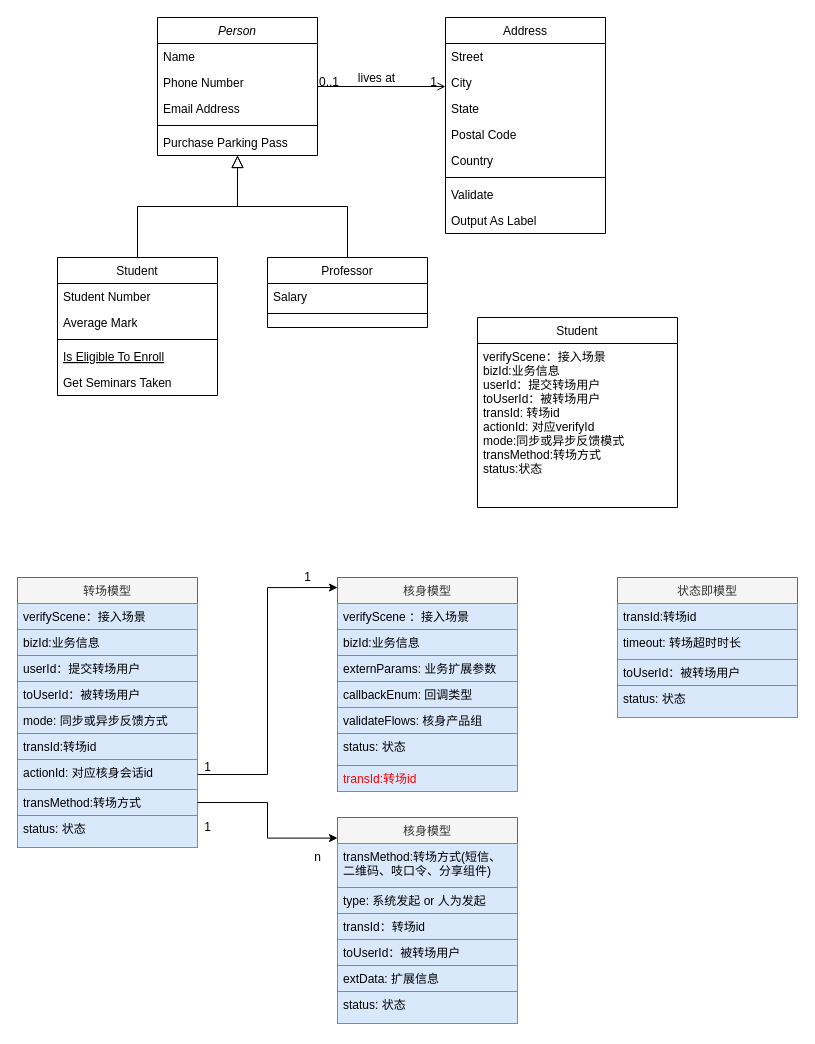
Zhu-Renjie/ChineseNLP keeps this draw.io diagram as img/Untitled Diagram.drawio. Above is the earlier version. Source tidied: cells renumbered, new cells numbered last; positions are measured from the earlier drawing's top-left corner, leaving out a move shared by most shapes. Both pictures are drawn from the tidied source at 100%, with x=0, y=0 at pixel (17, 17).
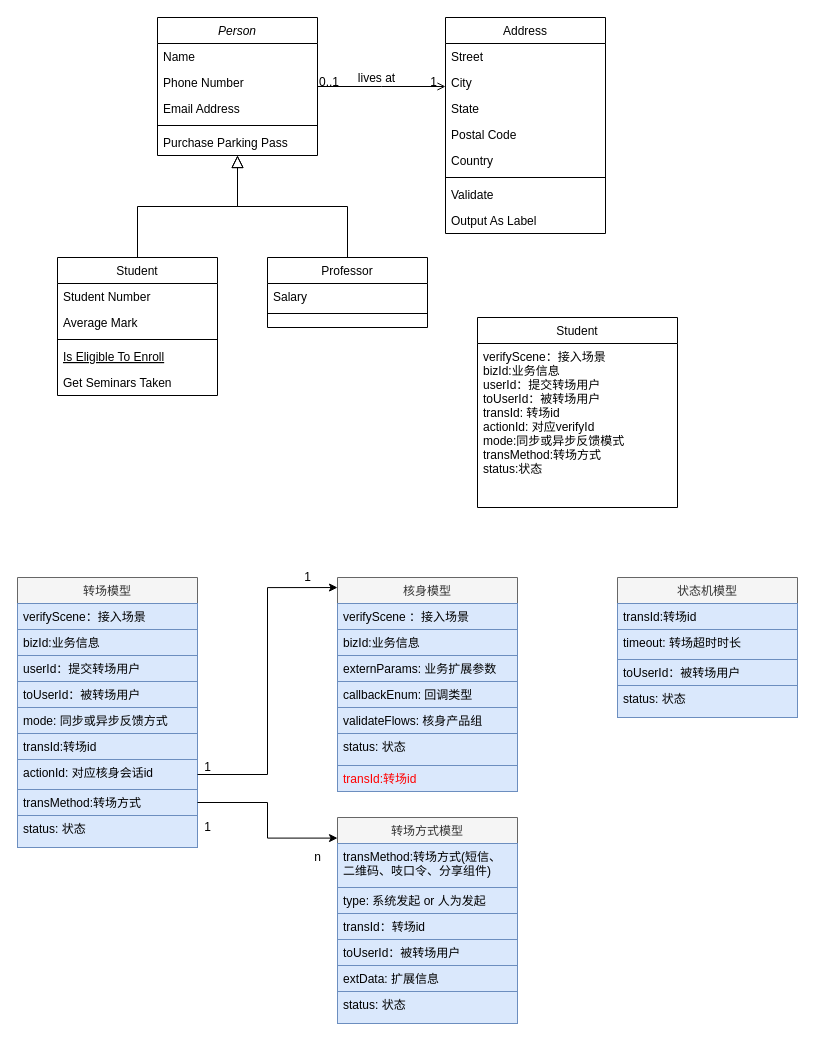
The same diagram, later.

Change to the diagram source:
```diff
@@
-    <mxCell id="52" value="核身模型" style="swimlane;fontStyle=0;align=center;verticalAlign=top;horizontal=1;startSize=26;rounded=0;shadow=0;strokeWidth=1;fillColor=#f5f5f5;strokeColor=#666666;fontColor=#333333;" parent="1" vertex="1">
+    <mxCell id="52" value="转场方式模型" style="swimlane;fontStyle=0;align=center;verticalAlign=top;horizontal=1;startSize=26;rounded=0;shadow=0;strokeWidth=1;fillColor=#f5f5f5;strokeColor=#666666;fontColor=#333333;" parent="1" vertex="1">
       <mxGeometry x="320" y="800" width="180" height="206" as="geometry" />
     </mxCell>
@@
-    <mxCell id="59" value="状态即模型" style="swimlane;fontStyle=0;align=center;verticalAlign=top;horizontal=1;startSize=26;rounded=0;shadow=0;strokeWidth=1;fillColor=#f5f5f5;strokeColor=#666666;fontColor=#333333;" parent="1" vertex="1">
+    <mxCell id="59" value="状态机模型" style="swimlane;fontStyle=0;align=center;verticalAlign=top;horizontal=1;startSize=26;rounded=0;shadow=0;strokeWidth=1;fillColor=#f5f5f5;strokeColor=#666666;fontColor=#333333;" parent="1" vertex="1">
       <mxGeometry x="600" y="560" width="180" height="140" as="geometry" />
     </mxCell>
```
